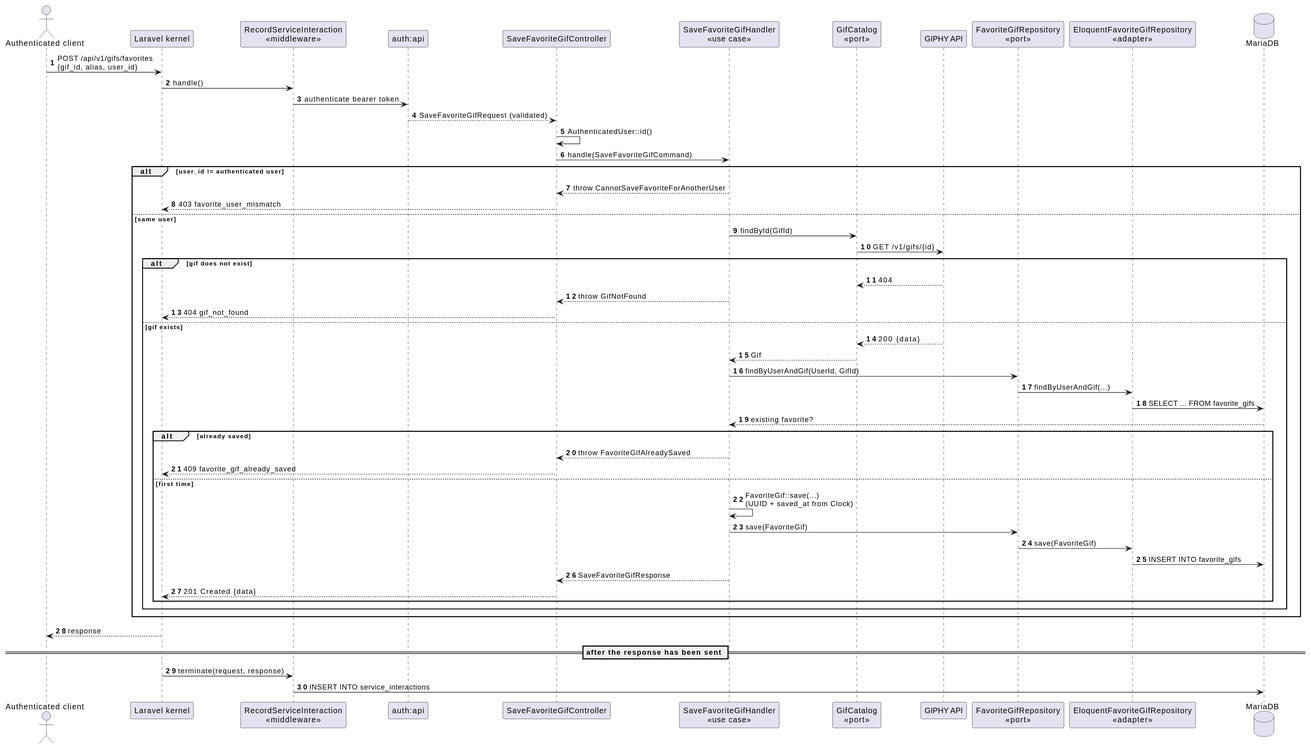
Above: docs/diagrams/sequence-save-favorite-gif.svg in alexisrivero/challenge-prex (PlantUML), before the change. Source of this version:
```plantuml
@startuml
skinparam shadowing false
autonumber

actor "Authenticated client" as Client
participant "Laravel kernel" as Kernel
participant "RecordServiceInteraction\n<<middleware>>" as Audit
participant "auth:api" as Guard
participant "SaveFavoriteGifController" as Controller
participant "SaveFavoriteGifHandler\n<<use case>>" as Handler
participant "GifCatalog\n<<port>>" as Catalog
participant "GIPHY API" as Giphy
participant "FavoriteGifRepository\n<<port>>" as Repo
participant "EloquentFavoriteGifRepository\n<<adapter>>" as Adapter
database "MariaDB" as DB

Client -> Kernel : POST /api/v1/gifs/favorites\n{gif_id, alias, user_id}
Kernel -> Audit : handle()
Audit -> Guard : authenticate bearer token
Guard --> Controller : SaveFavoriteGifRequest (validated)
Controller -> Controller : AuthenticatedUser::id()
Controller -> Handler : handle(SaveFavoriteGifCommand)

alt user_id != authenticated user
  Handler --> Controller : throw CannotSaveFavoriteForAnotherUser
  Controller --> Kernel : 403 favorite_user_mismatch
else same user
  Handler -> Catalog : findById(GifId)
  Catalog -> Giphy : GET /v1/gifs/{id}
  alt gif does not exist
    Giphy --> Catalog : 404
    Handler --> Controller : throw GifNotFound
    Controller --> Kernel : 404 gif_not_found
  else gif exists
    Giphy --> Catalog : 200 {data}
    Catalog --> Handler : Gif
    Handler -> Repo : findByUserAndGif(UserId, GifId)
    Repo -> Adapter : findByUserAndGif(...)
    Adapter -> DB : SELECT ... FROM favorite_gifs
    DB --> Handler : existing favorite?
    alt already saved
      Handler --> Controller : throw FavoriteGifAlreadySaved
      Controller --> Kernel : 409 favorite_gif_already_saved
    else first time
      Handler -> Handler : FavoriteGif::save(...)\n(UUID + saved_at from Clock)
      Handler -> Repo : save(FavoriteGif)
      Repo -> Adapter : save(FavoriteGif)
      Adapter -> DB : INSERT INTO favorite_gifs
      Handler --> Controller : SaveFavoriteGifResponse
      Controller --> Kernel : 201 Created {data}
    end
  end
end
Kernel --> Client : response

== after the response has been sent ==
Kernel -> Audit : terminate(request, response)
Audit -> DB : INSERT INTO service_interactions
@enduml
```
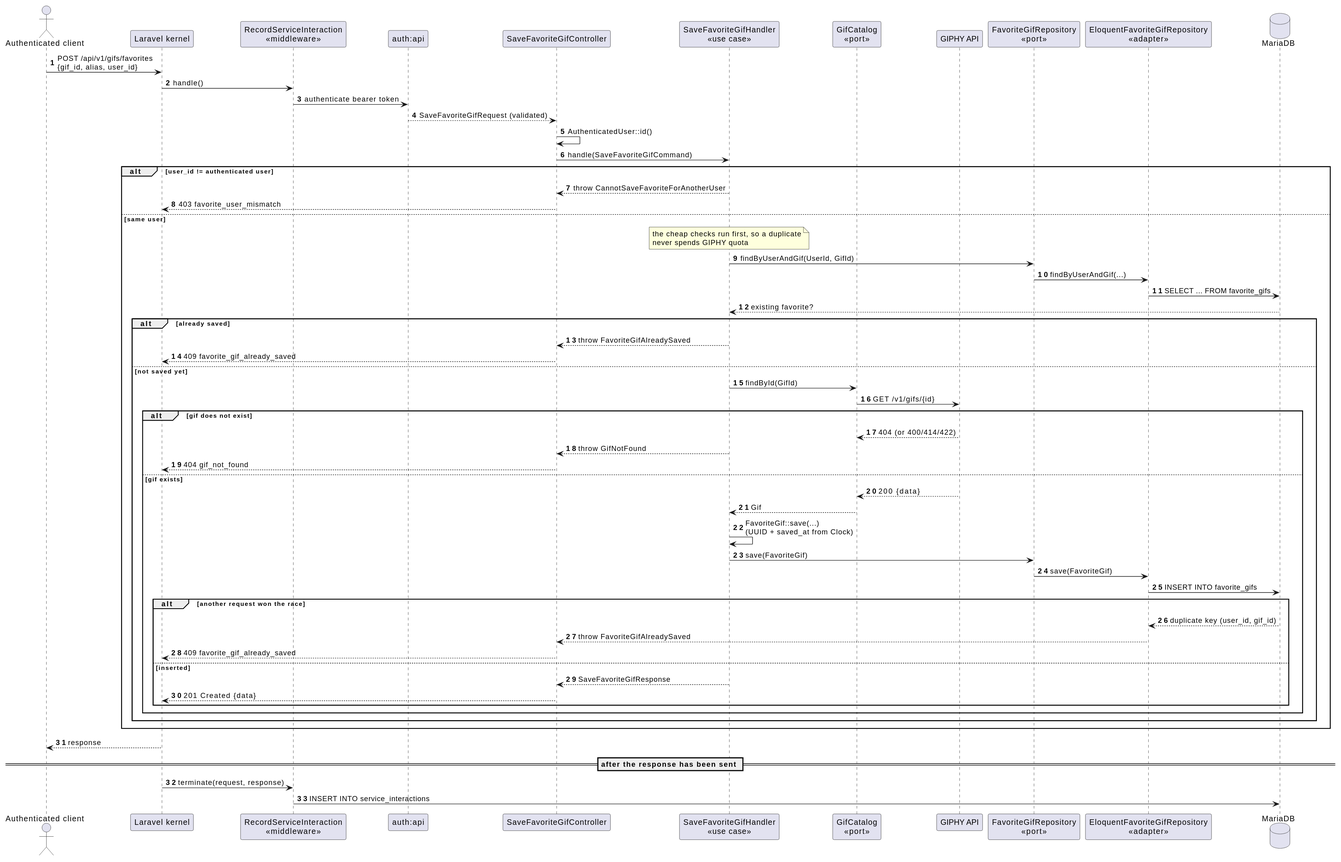
Above is the later version.

The edit, as a diff of the source:
```diff
@@ -25,29 +25,36 @@
   Handler --> Controller : throw CannotSaveFavoriteForAnotherUser
   Controller --> Kernel : 403 favorite_user_mismatch
 else same user
-  Handler -> Catalog : findById(GifId)
-  Catalog -> Giphy : GET /v1/gifs/{id}
-  alt gif does not exist
-    Giphy --> Catalog : 404
-    Handler --> Controller : throw GifNotFound
-    Controller --> Kernel : 404 gif_not_found
-  else gif exists
-    Giphy --> Catalog : 200 {data}
-    Catalog --> Handler : Gif
-    Handler -> Repo : findByUserAndGif(UserId, GifId)
-    Repo -> Adapter : findByUserAndGif(...)
-    Adapter -> DB : SELECT ... FROM favorite_gifs
-    DB --> Handler : existing favorite?
-    alt already saved
-      Handler --> Controller : throw FavoriteGifAlreadySaved
-      Controller --> Kernel : 409 favorite_gif_already_saved
-    else first time
+  note over Handler : the cheap checks run first, so a duplicate\nnever spends GIPHY quota
+  Handler -> Repo : findByUserAndGif(UserId, GifId)
+  Repo -> Adapter : findByUserAndGif(...)
+  Adapter -> DB : SELECT ... FROM favorite_gifs
+  DB --> Handler : existing favorite?
+  alt already saved
+    Handler --> Controller : throw FavoriteGifAlreadySaved
+    Controller --> Kernel : 409 favorite_gif_already_saved
+  else not saved yet
+    Handler -> Catalog : findById(GifId)
+    Catalog -> Giphy : GET /v1/gifs/{id}
+    alt gif does not exist
+      Giphy --> Catalog : 404 (or 400/414/422)
+      Handler --> Controller : throw GifNotFound
+      Controller --> Kernel : 404 gif_not_found
+    else gif exists
+      Giphy --> Catalog : 200 {data}
+      Catalog --> Handler : Gif
       Handler -> Handler : FavoriteGif::save(...)\n(UUID + saved_at from Clock)
       Handler -> Repo : save(FavoriteGif)
       Repo -> Adapter : save(FavoriteGif)
       Adapter -> DB : INSERT INTO favorite_gifs
-      Handler --> Controller : SaveFavoriteGifResponse
-      Controller --> Kernel : 201 Created {data}
+      alt another request won the race
+        DB --> Adapter : duplicate key (user_id, gif_id)
+        Adapter --> Controller : throw FavoriteGifAlreadySaved
+        Controller --> Kernel : 409 favorite_gif_already_saved
+      else inserted
+        Handler --> Controller : SaveFavoriteGifResponse
+        Controller --> Kernel : 201 Created {data}
+      end
     end
   end
 end
```
